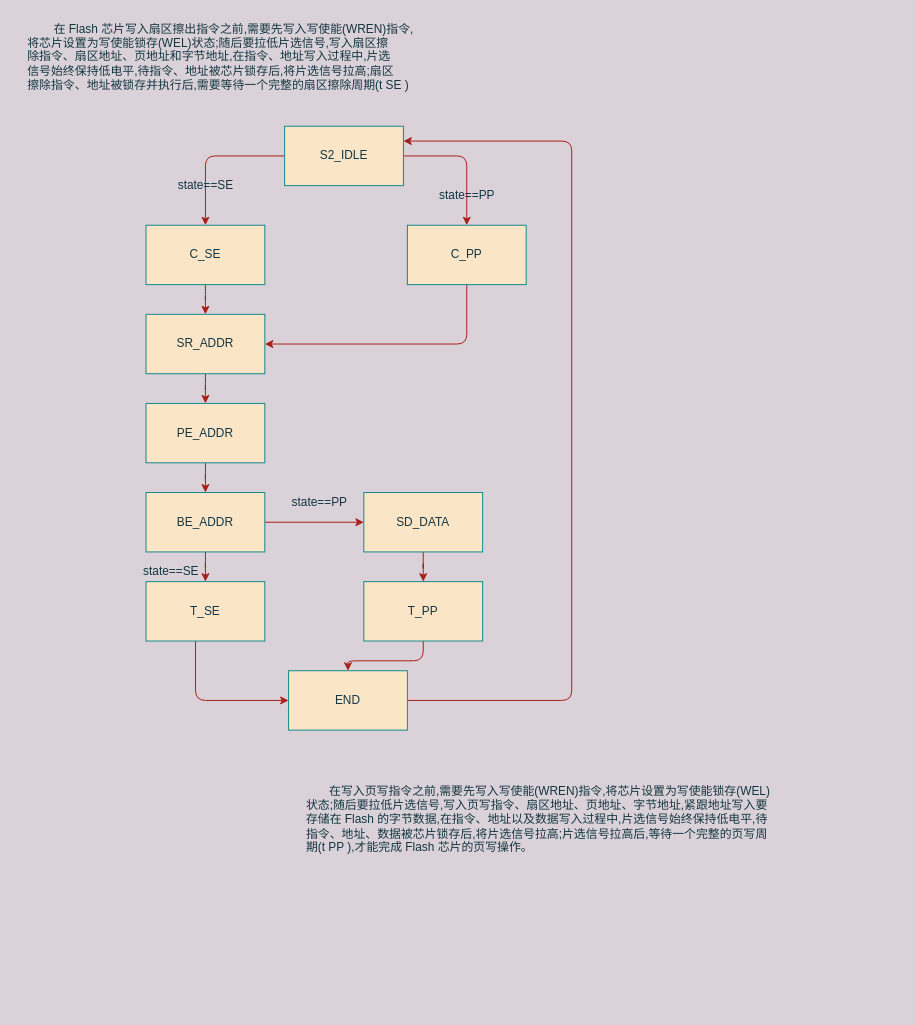
Before: pp_cmd sstate.drawio in wu-bai-guo/spi_flash, a draw.io diagram. Source tidied: cells renumbered, new cells numbered last; positions are measured from the earlier drawing's top-left corner, leaving out a move shared by most shapes. Both pictures are drawn from the tidied source at 99%, with x=0, y=0 at pixel (17, 17).
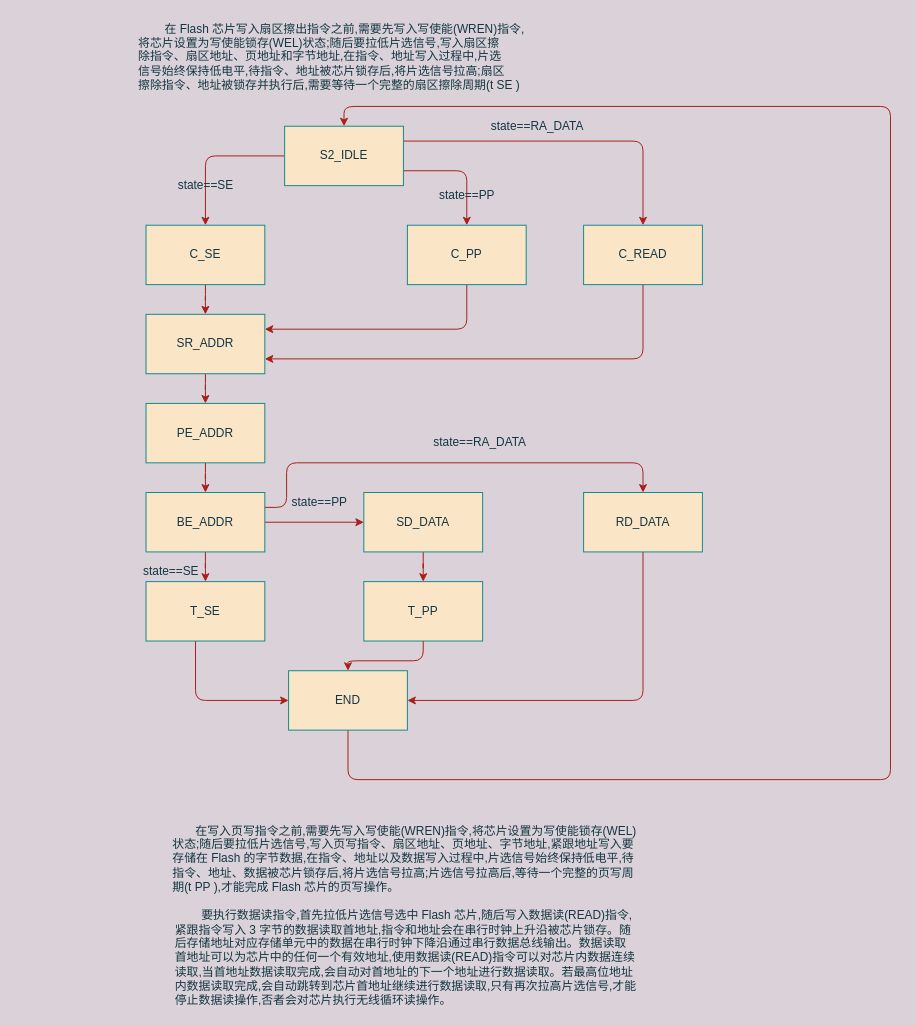
The same diagram, later.

The change refers to these unchanged cells:
```xml
<mxCell id="5" value="&lt;div&gt;S2_IDLE&lt;/div&gt;" style="whiteSpace=wrap;html=1;rounded=0;sketch=0;strokeColor=#0F8B8D;fillColor=#FAE5C7;fontColor=#143642;" parent="1" vertex="1">
  <mxGeometry x="270" y="110" width="120" height="60" as="geometry" />
</mxCell>
<mxCell id="9" value="SR_ADDR" style="whiteSpace=wrap;html=1;rounded=0;sketch=0;strokeColor=#0F8B8D;fillColor=#FAE5C7;fontColor=#143642;" parent="1" vertex="1">
  <mxGeometry x="130" y="300" width="120" height="60" as="geometry" />
</mxCell>
<mxCell id="14" value="BE_ADDR" style="whiteSpace=wrap;html=1;rounded=0;sketch=0;strokeColor=#0F8B8D;fillColor=#FAE5C7;fontColor=#143642;" parent="1" vertex="1">
  <mxGeometry x="130" y="480" width="120" height="60" as="geometry" />
</mxCell>
<mxCell id="19" value="END" style="whiteSpace=wrap;html=1;rounded=0;sketch=0;strokeColor=#0F8B8D;fillColor=#FAE5C7;fontColor=#143642;" parent="1" vertex="1">
  <mxGeometry x="274" y="660" width="120" height="60" as="geometry" />
</mxCell>
<mxCell id="22" value="C_PP" style="whiteSpace=wrap;html=1;rounded=0;sketch=0;strokeColor=#0F8B8D;fillColor=#FAE5C7;fontColor=#143642;" parent="1" vertex="1">
  <mxGeometry x="394" y="210" width="120" height="60" as="geometry" />
</mxCell>
```

Change to the diagram source:
```diff
@@
     <mxCell id="2" value="&lt;div align=&quot;left&quot;&gt;&amp;nbsp;&amp;nbsp;&amp;nbsp;&amp;nbsp;&amp;nbsp;&amp;nbsp;&amp;nbsp; 在 Flash 芯片写入扇区擦出指令之前,需要先写入写使能(WREN)指令,&lt;/div&gt;&lt;div align=&quot;left&quot;&gt;将芯片设置为写使能锁存(WEL)状态;随后要拉低片选信号,写入扇区擦&lt;/div&gt;&lt;div align=&quot;left&quot;&gt;除指令、扇区地址、页地址和字节地址,在指令、地址写入过程中,片选&lt;/div&gt;&lt;div align=&quot;left&quot;&gt;信号始终保持低电平,待指令、地址被芯片锁存后,将片选信号拉高;扇区&lt;/div&gt;&lt;div align=&quot;left&quot;&gt;擦除指令、地址被锁存并执行后,需要等待一个完整的扇区擦除周期(t SE )&lt;/div&gt;" style="text;html=1;align=center;verticalAlign=middle;fontColor=#143642;" parent="1" vertex="1">
-      <mxGeometry width="410" height="80" as="geometry" />
+      <mxGeometry x="112" width="410" height="80" as="geometry" />
     </mxCell>
@@
-    <mxCell id="4" style="edgeStyle=orthogonalEdgeStyle;curved=0;rounded=1;sketch=0;jettySize=auto;html=1;entryX=0.5;entryY=0;entryDx=0;entryDy=0;strokeColor=#A8201A;fillColor=#FAE5C7;fontColor=#143642;" parent="1" edge="1" source="5" target="22">
+    <mxCell id="4" style="edgeStyle=orthogonalEdgeStyle;curved=0;rounded=1;sketch=0;jettySize=auto;html=1;entryX=0.5;entryY=0;entryDx=0;entryDy=0;strokeColor=#A8201A;fillColor=#FAE5C7;fontColor=#143642;exitX=1;exitY=0.75;exitDx=0;exitDy=0;" parent="1" edge="1" source="5" target="22">
       <mxGeometry relative="1" as="geometry" />
     </mxCell>
+    <mxCell id="30" style="edgeStyle=orthogonalEdgeStyle;curved=0;rounded=1;sketch=0;jettySize=auto;html=1;exitX=1;exitY=0.25;exitDx=0;exitDy=0;strokeColor=#A8201A;fillColor=#FAE5C7;fontColor=#143642;" parent="1" edge="1" source="5" target="33">
+      <mxGeometry relative="1" as="geometry" />
+    </mxCell>
@@
+    <mxCell id="31" style="edgeStyle=orthogonalEdgeStyle;curved=0;rounded=1;sketch=0;jettySize=auto;html=1;exitX=1;exitY=0.25;exitDx=0;exitDy=0;entryX=0.5;entryY=0;entryDx=0;entryDy=0;strokeColor=#A8201A;fillColor=#FAE5C7;fontColor=#143642;" parent="1" edge="1" source="14" target="37">
+      <mxGeometry relative="1" as="geometry">
+        <Array as="points">
+          <mxPoint x="272" y="495" />
+          <mxPoint x="272" y="450" />
+          <mxPoint x="632" y="450" />
+        </Array>
+      </mxGeometry>
+    </mxCell>
@@
     <mxCell id="17" value="&lt;div align=&quot;left&quot;&gt;&amp;nbsp;&amp;nbsp;&amp;nbsp;&amp;nbsp;&amp;nbsp;&amp;nbsp; 在写入页写指令之前,需要先写入写使能(WREN)指令,将芯片设置为写使能锁存(WEL)&lt;/div&gt;&lt;div align=&quot;left&quot;&gt;状态;随后要拉低片选信号,写入页写指令、扇区地址、页地址、字节地址,紧跟地址写入要&lt;/div&gt;&lt;div align=&quot;left&quot;&gt;存储在 Flash 的字节数据,在指令、地址以及数据写入过程中,片选信号始终保持低电平,待&lt;/div&gt;&lt;div align=&quot;left&quot;&gt;指令、地址、数据被芯片锁存后,将片选信号拉高;片选信号拉高后,等待一个完整的页写周&lt;/div&gt;&lt;div align=&quot;left&quot;&gt;期(t PP ),才能完成 Flash 芯片的页写操作。&lt;/div&gt;" style="text;html=1;align=left;verticalAlign=middle;fontColor=#143642;" parent="1" vertex="1">
-      <mxGeometry x="290" y="770" width="480" height="80" as="geometry" />
+      <mxGeometry x="155" y="810" width="480" height="80" as="geometry" />
     </mxCell>
-    <mxCell id="18" style="edgeStyle=orthogonalEdgeStyle;curved=0;rounded=1;sketch=0;jettySize=auto;html=1;exitX=1;exitY=0.5;exitDx=0;exitDy=0;entryX=1;entryY=0.25;entryDx=0;entryDy=0;strokeColor=#A8201A;fillColor=#FAE5C7;fontColor=#143642;" parent="1" edge="1" source="19" target="5">
+    <mxCell id="18" style="edgeStyle=orthogonalEdgeStyle;curved=0;rounded=1;sketch=0;jettySize=auto;html=1;entryX=0.5;entryY=0;entryDx=0;entryDy=0;strokeColor=#A8201A;fillColor=#FAE5C7;fontColor=#143642;" parent="1" edge="1" source="19" target="5">
       <mxGeometry relative="1" as="geometry">
         <Array as="points">
-          <mxPoint x="560" y="690" />
-          <mxPoint x="560" y="125" />
+          <mxPoint x="334" y="770" />
+          <mxPoint x="882" y="770" />
+          <mxPoint x="882" y="90" />
+          <mxPoint x="330" y="90" />
         </Array>
       </mxGeometry>
     </mxCell>
@@
-    <mxCell id="21" style="edgeStyle=orthogonalEdgeStyle;curved=0;rounded=1;sketch=0;jettySize=auto;html=1;entryX=1;entryY=0.5;entryDx=0;entryDy=0;strokeColor=#A8201A;fillColor=#FAE5C7;fontColor=#143642;" parent="1" edge="1" source="22" target="9">
+    <mxCell id="21" style="edgeStyle=orthogonalEdgeStyle;curved=0;rounded=1;sketch=0;jettySize=auto;html=1;entryX=1;entryY=0.25;entryDx=0;entryDy=0;strokeColor=#A8201A;fillColor=#FAE5C7;fontColor=#143642;" parent="1" edge="1" source="22" target="9">
       <mxGeometry relative="1" as="geometry">
         <Array as="points">
-          <mxPoint x="454" y="330" />
+          <mxPoint x="454" y="315" />
         </Array>
       </mxGeometry>
     </mxCell>
@@
+    <mxCell id="32" style="edgeStyle=orthogonalEdgeStyle;curved=0;rounded=1;sketch=0;jettySize=auto;html=1;entryX=1;entryY=0.75;entryDx=0;entryDy=0;strokeColor=#A8201A;fillColor=#FAE5C7;fontColor=#143642;" parent="1" edge="1" source="33" target="9">
+      <mxGeometry relative="1" as="geometry">
+        <Array as="points">
+          <mxPoint x="632" y="345" />
+        </Array>
+      </mxGeometry>
+    </mxCell>
+    <mxCell id="33" value="C_READ" style="whiteSpace=wrap;html=1;rounded=0;sketch=0;strokeColor=#0F8B8D;fillColor=#FAE5C7;fontColor=#143642;" parent="1" vertex="1">
+      <mxGeometry x="572" y="210" width="120" height="60" as="geometry" />
+    </mxCell>
+    <mxCell id="34" value="&lt;div align=&quot;left&quot;&gt;&amp;nbsp;&amp;nbsp;&amp;nbsp;&amp;nbsp;&amp;nbsp;&amp;nbsp;&amp;nbsp; 要执行数据读指令,首先拉低片选信号选中 Flash 芯片,随后写入数据读(READ)指令,&lt;/div&gt;&lt;div align=&quot;left&quot;&gt;紧跟指令写入 3 字节的数据读取首地址,指令和地址会在串行时钟上升沿被芯片锁存。随&lt;/div&gt;&lt;div align=&quot;left&quot;&gt;后存储地址对应存储单元中的数据在串行时钟下降沿通过串行数据总线输出。数据读取&lt;/div&gt;&lt;div align=&quot;left&quot;&gt;首地址可以为芯片中的任何一个有效地址,使用数据读(READ)指令可以对芯片内数据连续&lt;/div&gt;&lt;div align=&quot;left&quot;&gt;读取,当首地址数据读取完成,会自动对首地址的下一个地址进行数据读取。若最高位地址&lt;/div&gt;&lt;div align=&quot;left&quot;&gt;内数据读取完成,会自动跳转到芯片首地址继续进行数据读取,只有再次拉高片选信号,才能&lt;/div&gt;&lt;div align=&quot;left&quot;&gt;停止数据读操作,否者会对芯片执行无线循环读操作。&lt;/div&gt;" style="text;html=1;align=center;verticalAlign=middle;fontColor=#143642;" parent="1" vertex="1">
+      <mxGeometry x="152" y="900" width="480" height="100" as="geometry" />
+    </mxCell>
+    <mxCell id="35" value="state==RA_DATA" style="text;html=1;align=center;verticalAlign=middle;fontColor=#143642;" parent="1" vertex="1">
+      <mxGeometry x="470" y="100" width="110" height="20" as="geometry" />
+    </mxCell>
+    <mxCell id="36" style="edgeStyle=orthogonalEdgeStyle;curved=0;rounded=1;sketch=0;jettySize=auto;html=1;entryX=1;entryY=0.5;entryDx=0;entryDy=0;strokeColor=#A8201A;fillColor=#FAE5C7;fontColor=#143642;" parent="1" edge="1" source="37" target="19">
+      <mxGeometry relative="1" as="geometry">
+        <Array as="points">
+          <mxPoint x="632" y="690" />
+        </Array>
+      </mxGeometry>
+    </mxCell>
+    <mxCell id="37" value="RD_DATA" style="whiteSpace=wrap;html=1;rounded=0;sketch=0;strokeColor=#0F8B8D;fillColor=#FAE5C7;fontColor=#143642;" parent="1" vertex="1">
+      <mxGeometry x="572" y="480" width="120" height="60" as="geometry" />
+    </mxCell>
+    <mxCell id="38" value="state==RA_DATA" style="text;html=1;align=center;verticalAlign=middle;fontColor=#143642;" parent="1" vertex="1">
+      <mxGeometry x="412" y="420" width="110" height="20" as="geometry" />
+    </mxCell>
```
